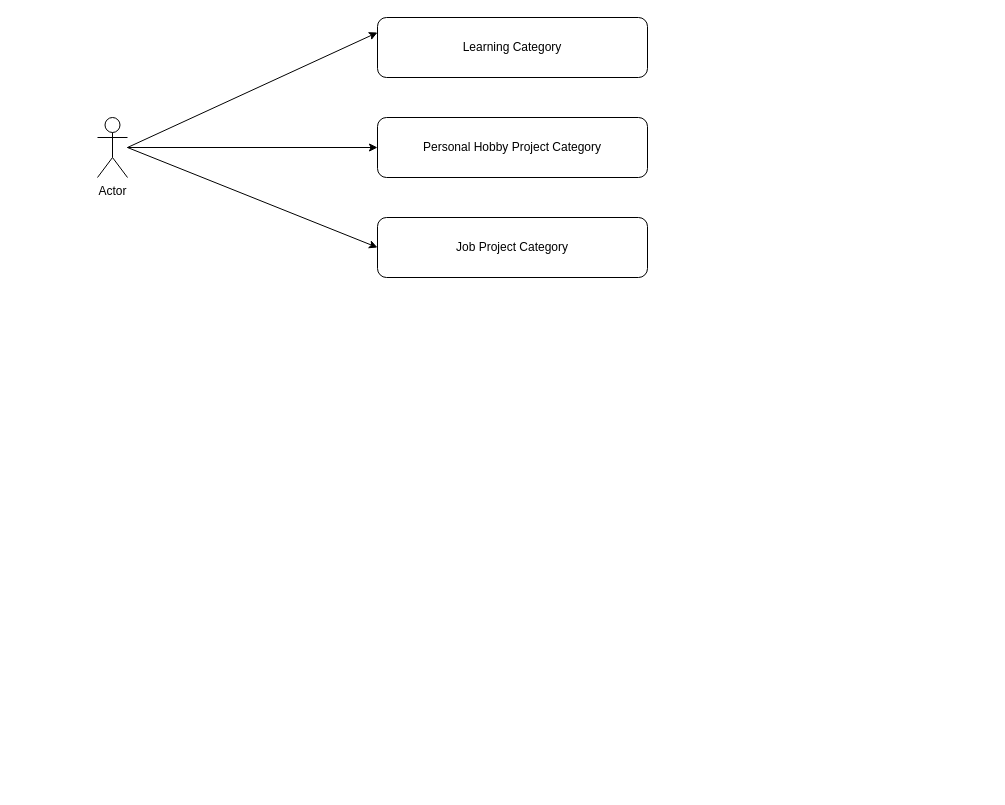
This is Try.drawio from devsdenepal/demos, a draw.io file, before an edit. Source tidied: cells renumbered, new cells numbered last; positions are measured from the earlier drawing's top-left corner, leaving out a move shared by most shapes. Both pictures are drawn from the tidied source at 100%, with x=0, y=0 at pixel (97, 17).
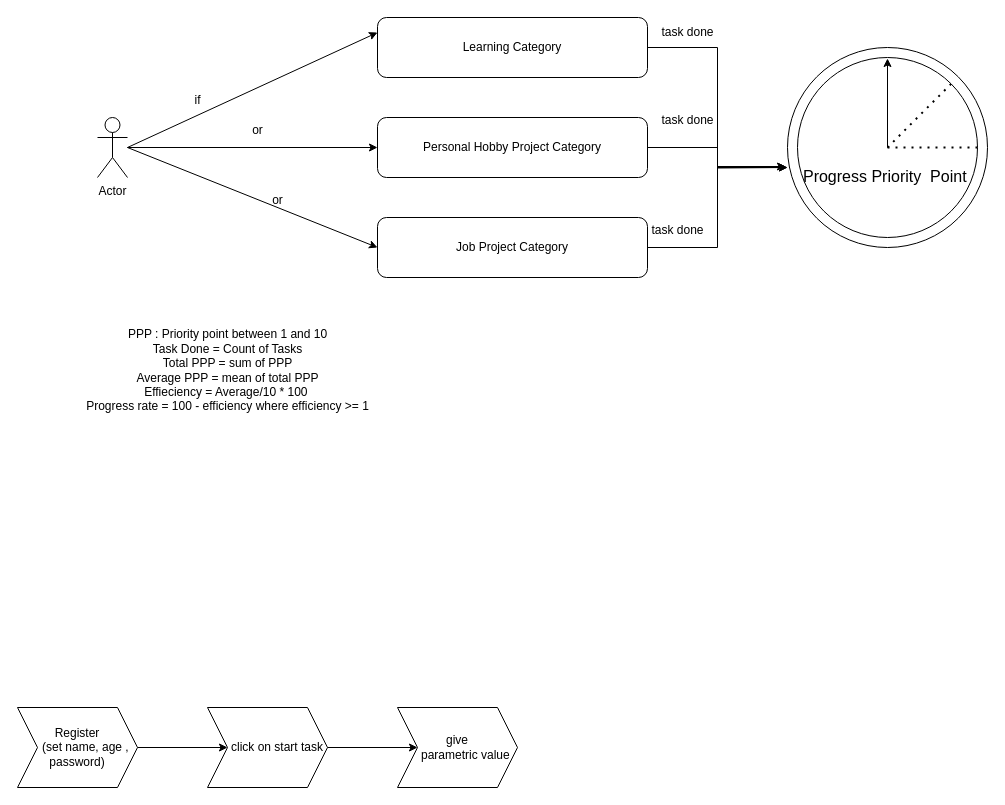
The same diagram, later.

The change refers to these unchanged cells:
```xml
<mxCell id="3" value="Learning Category" style="rounded=1;whiteSpace=wrap;html=1;" parent="1" vertex="1">
  <mxGeometry x="280" width="270" height="60" as="geometry" />
</mxCell>
<mxCell id="4" value="Personal Hobby Project Category" style="rounded=1;whiteSpace=wrap;html=1;" parent="1" vertex="1">
  <mxGeometry x="280" y="100" width="270" height="60" as="geometry" />
</mxCell>
<mxCell id="5" value="Job Project Category" style="rounded=1;whiteSpace=wrap;html=1;" parent="1" vertex="1">
  <mxGeometry x="280" y="200" width="270" height="60" as="geometry" />
</mxCell>
```

Change to the diagram source:
```diff
@@
+    <mxCell id="9" style="edgeStyle=orthogonalEdgeStyle;rounded=0;jettySize=auto;html=1;" parent="1" edge="1" source="4">
+      <mxGeometry relative="1" as="geometry">
+        <mxPoint x="690" y="150" as="targetPoint" />
+      </mxGeometry>
+    </mxCell>
@@
+    <mxCell id="10" style="edgeStyle=orthogonalEdgeStyle;rounded=0;jettySize=auto;html=1;" parent="1" edge="1" source="5">
+      <mxGeometry relative="1" as="geometry">
+        <mxPoint x="690" y="150" as="targetPoint" />
+        <Array as="points">
+          <mxPoint x="620" y="230" />
+          <mxPoint x="620" y="150" />
+        </Array>
+      </mxGeometry>
+    </mxCell>
@@
+    <mxCell id="11" style="ellipse;whiteSpace=wrap;html=1;" parent="1" vertex="1">
+      <mxGeometry x="690" y="30" width="200" height="200" as="geometry" />
+    </mxCell>
+    <mxCell id="12" style="edgeStyle=orthogonalEdgeStyle;rounded=0;orthogonalLoop=1;jettySize=auto;html=1;" parent="1" edge="1">
+      <mxGeometry relative="1" as="geometry">
+        <mxPoint x="790" y="140" as="sourcePoint" />
+        <mxPoint x="790" y="130" as="targetPoint" />
+        <Array as="points">
+          <mxPoint x="790" y="175" />
+          <mxPoint x="791" y="175" />
+        </Array>
+      </mxGeometry>
+    </mxCell>
+    <mxCell id="13" value="&lt;div&gt;&lt;font style=&quot;font-size: 16px;&quot;&gt;&lt;br&gt;&lt;/font&gt;&lt;/div&gt;&lt;font style=&quot;font-size: 16px;&quot;&gt;&lt;div&gt;&lt;font style=&quot;font-size: 16px;&quot;&gt;&lt;br&gt;&lt;/font&gt;&lt;/div&gt;&lt;div&gt;&lt;font style=&quot;font-size: 16px;&quot;&gt;&lt;br&gt;&lt;/font&gt;&lt;/div&gt;Progress Priority&amp;nbsp; Point&amp;nbsp;&lt;/font&gt;" style="ellipse;whiteSpace=wrap;html=1;" parent="1" vertex="1">
+      <mxGeometry x="700" y="40" width="180" height="180" as="geometry" />
+    </mxCell>
+    <mxCell id="14" style="endArrow=classic;html=1;rounded=0;entryX=0.5;entryY=0;entryDx=0;entryDy=0;" parent="1" edge="1">
+      <mxGeometry relative="1" as="geometry">
+        <mxPoint x="790" y="130" as="sourcePoint" />
+        <mxPoint x="790" y="41" as="targetPoint" />
+        <Array as="points">
+          <mxPoint x="790" y="130" />
+        </Array>
+      </mxGeometry>
+    </mxCell>
+    <mxCell id="15" style="endArrow=none;dashed=1;html=1;dashPattern=1 3;strokeWidth=2;rounded=0;entryX=1;entryY=0.5;entryDx=0;entryDy=0;" parent="1" edge="1" target="13">
+      <mxGeometry relative="1" as="geometry">
+        <mxPoint x="790" y="130" as="sourcePoint" />
+      </mxGeometry>
+    </mxCell>
+    <mxCell id="16" style="endArrow=none;dashed=1;html=1;dashPattern=1 3;strokeWidth=2;rounded=0;entryX=1;entryY=0;entryDx=0;entryDy=0;" parent="1" edge="1" target="13">
+      <mxGeometry relative="1" as="geometry">
+        <mxPoint x="790" y="130" as="sourcePoint" />
+      </mxGeometry>
+    </mxCell>
+    <mxCell id="17" style="edgeStyle=orthogonalEdgeStyle;rounded=0;jettySize=auto;html=1;entryX=-0.01;entryY=0.595;entryDx=0;entryDy=0;entryPerimeter=0;" parent="1" edge="1" source="3" target="11">
+      <mxGeometry relative="1" as="geometry" />
+    </mxCell>
+    <mxCell id="18" value="if" style="text;html=1;align=center;verticalAlign=middle;strokeColor=none;fillColor=none;" parent="1" vertex="1">
+      <mxGeometry x="85" y="68" width="30" height="30" as="geometry" />
+    </mxCell>
+    <mxCell id="19" value="or" style="text;html=1;align=center;verticalAlign=middle;strokeColor=none;fillColor=none;" parent="1" vertex="1">
+      <mxGeometry x="145" y="98" width="30" height="30" as="geometry" />
+    </mxCell>
+    <mxCell id="20" value="or" style="text;html=1;align=center;verticalAlign=middle;strokeColor=none;fillColor=none;" parent="1" vertex="1">
+      <mxGeometry x="165" y="168" width="30" height="30" as="geometry" />
+    </mxCell>
+    <mxCell id="21" value="task done" style="text;html=1;align=center;verticalAlign=middle;strokeColor=none;fillColor=none;" parent="1" vertex="1">
+      <mxGeometry x="550" width="80" height="30" as="geometry" />
+    </mxCell>
+    <mxCell id="22" value="task done" style="text;html=1;align=center;verticalAlign=middle;strokeColor=none;fillColor=none;" parent="1" vertex="1">
+      <mxGeometry x="550" y="88" width="80" height="30" as="geometry" />
+    </mxCell>
+    <mxCell id="23" value="task done" style="text;html=1;align=center;verticalAlign=middle;strokeColor=none;fillColor=none;" parent="1" vertex="1">
+      <mxGeometry x="540" y="198" width="80" height="30" as="geometry" />
+    </mxCell>
+    <mxCell id="24" value="PPP : Priority point between 1 and 10&lt;div&gt;Task Done = Count of Tasks&lt;/div&gt;&lt;div&gt;Total PPP = sum of PPP&lt;br&gt;Average PPP = mean of total PPP&lt;/div&gt;&lt;div&gt;Effieciency = Average/10 * 100&amp;nbsp;&lt;/div&gt;&lt;div&gt;Progress rate = 100 - efficiency where efficiency &amp;gt;= 1&lt;/div&gt;" style="text;html=1;align=center;verticalAlign=middle;strokeColor=none;fillColor=none;" parent="1" vertex="1">
+      <mxGeometry x="-25" y="303" width="310" height="100" as="geometry" />
+    </mxCell>
+    <mxCell id="25" style="edgeStyle=orthogonalEdgeStyle;rounded=0;jettySize=auto;html=1;" parent="1" edge="1" source="26" target="28">
+      <mxGeometry relative="1" as="geometry" />
+    </mxCell>
+    <mxCell id="26" value="Register&lt;br&gt;&amp;nbsp; &amp;nbsp; &amp;nbsp;(set name, age , password)" style="shape=step;perimeter=stepPerimeter;whiteSpace=wrap;html=1;fixedSize=1;" parent="1" vertex="1">
+      <mxGeometry x="-80" y="690" width="120" height="80" as="geometry" />
+    </mxCell>
+    <mxCell id="27" style="edgeStyle=orthogonalEdgeStyle;rounded=0;jettySize=auto;html=1;" parent="1" edge="1" source="28" target="29">
+      <mxGeometry relative="1" as="geometry" />
+    </mxCell>
+    <mxCell id="28" value="&amp;nbsp; &amp;nbsp; &amp;nbsp; click on start task" style="shape=step;perimeter=stepPerimeter;whiteSpace=wrap;html=1;fixedSize=1;" parent="1" vertex="1">
+      <mxGeometry x="110" y="690" width="120" height="80" as="geometry" />
+    </mxCell>
+    <mxCell id="29" value="give&lt;div&gt;&amp;nbsp; &amp;nbsp; &amp;nbsp;parametric value&lt;/div&gt;" style="shape=step;perimeter=stepPerimeter;whiteSpace=wrap;html=1;fixedSize=1;" parent="1" vertex="1">
+      <mxGeometry x="300" y="690" width="120" height="80" as="geometry" />
+    </mxCell>
```
